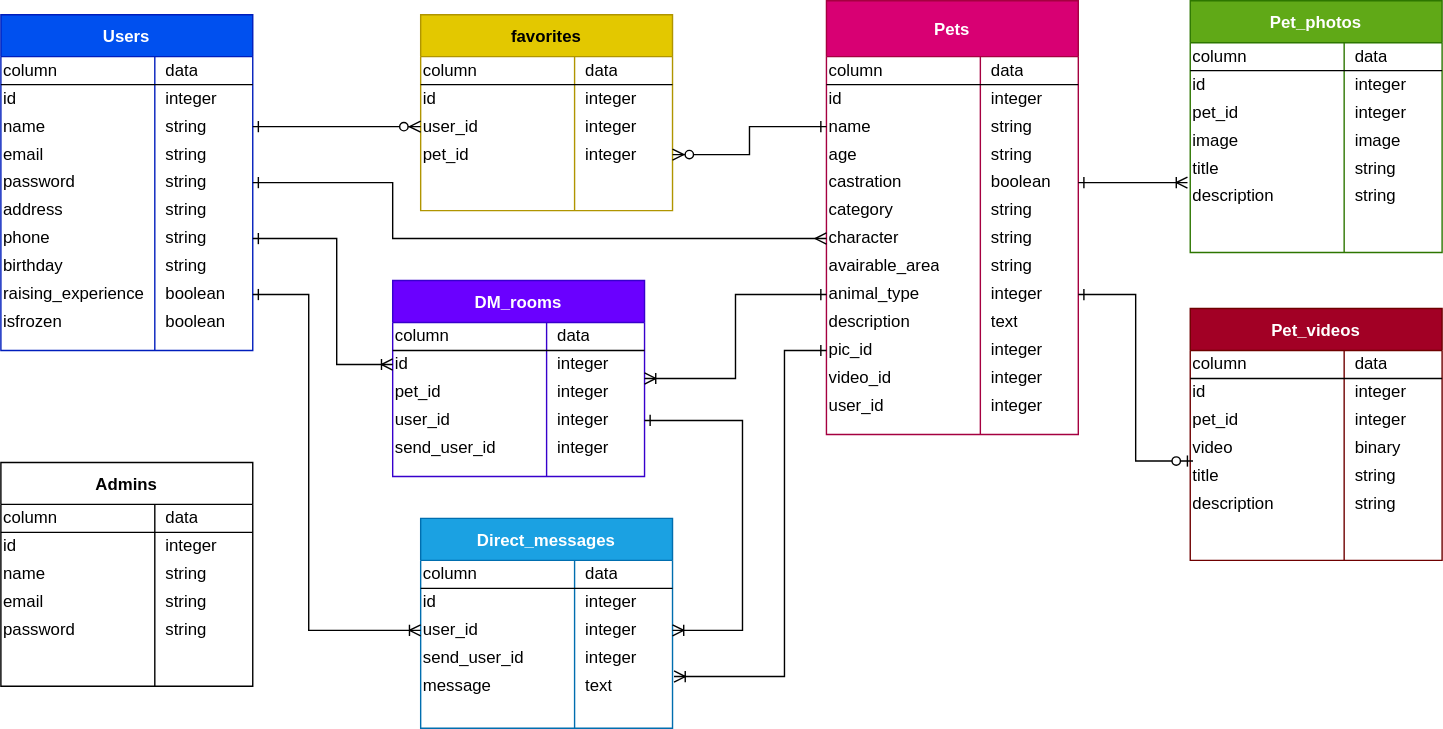
The draw.io diagram rubyemon.drawio.svg in yosnak13/rubyemon_entity_relationship_diagram, before a commit. Source tidied: cells renumbered, new cells last; positions are measured from the earlier drawing's top-left corner, leaving out a move shared by most shapes.
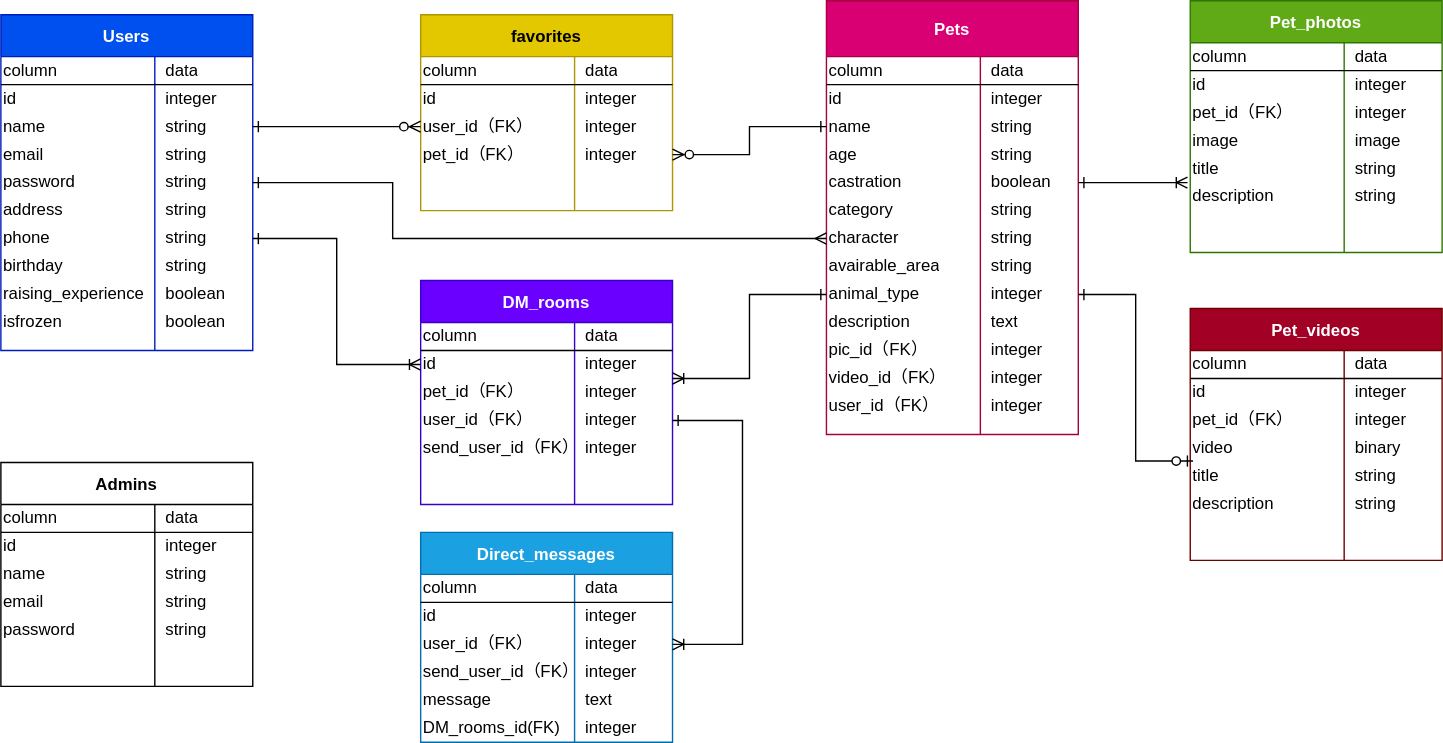
The same file after the commit.

Commit message:
正しいプロジェクトのURLに変更

Diff of the diagram source:
```diff
@@ -191,7 +191,7 @@
     <mxCell id="64" style="shape=partialRectangle;html=1;whiteSpace=wrap;fillColor=none;top=0;left=0;bottom=0;right=0;points=[[0,0.5],[1,0.5]];portConstraint=eastwest;" parent="33" vertex="1">
       <mxGeometry y="240" width="180" height="20" as="geometry" />
     </mxCell>
-    <mxCell id="65" value="pic_id" style="shape=partialRectangle;html=1;whiteSpace=wrap;fillColor=none;top=0;left=0;bottom=0;right=0;overflow=hidden;align=left;" parent="64" vertex="1">
+    <mxCell id="65" value="pic_id（FK）" style="shape=partialRectangle;html=1;whiteSpace=wrap;fillColor=none;top=0;left=0;bottom=0;right=0;overflow=hidden;align=left;" parent="64" vertex="1">
       <mxGeometry width="110" height="20" as="geometry" />
     </mxCell>
     <mxCell id="66" value="integer" style="shape=partialRectangle;html=1;whiteSpace=wrap;fillColor=none;top=0;left=0;bottom=0;right=0;align=left;spacingLeft=6;overflow=hidden;" parent="64" vertex="1">
@@ -200,7 +200,7 @@
     <mxCell id="67" style="shape=partialRectangle;html=1;whiteSpace=wrap;fillColor=none;top=0;left=0;bottom=0;right=0;" parent="33" vertex="1">
       <mxGeometry y="260" width="180" height="20" as="geometry" />
     </mxCell>
-    <mxCell id="68" value="video_id" style="shape=partialRectangle;html=1;whiteSpace=wrap;fillColor=none;top=0;left=0;bottom=0;right=0;overflow=hidden;align=left;" parent="67" vertex="1">
+    <mxCell id="68" value="video_id（FK）" style="shape=partialRectangle;html=1;whiteSpace=wrap;fillColor=none;top=0;left=0;bottom=0;right=0;overflow=hidden;align=left;" parent="67" vertex="1">
       <mxGeometry width="110" height="20" as="geometry" />
     </mxCell>
     <mxCell id="69" value="integer" style="shape=partialRectangle;html=1;whiteSpace=wrap;fillColor=none;top=0;left=0;bottom=0;right=0;align=left;spacingLeft=6;overflow=hidden;" parent="67" vertex="1">
@@ -209,7 +209,7 @@
     <mxCell id="70" style="shape=partialRectangle;html=1;whiteSpace=wrap;fillColor=none;top=0;left=0;bottom=0;right=0;" parent="33" vertex="1">
       <mxGeometry y="280" width="180" height="20" as="geometry" />
     </mxCell>
-    <mxCell id="71" value="user_id" style="shape=partialRectangle;html=1;whiteSpace=wrap;fillColor=none;top=0;left=0;bottom=0;right=0;overflow=hidden;align=left;" parent="70" vertex="1">
+    <mxCell id="71" value="user_id（FK）" style="shape=partialRectangle;html=1;whiteSpace=wrap;fillColor=none;top=0;left=0;bottom=0;right=0;overflow=hidden;align=left;" parent="70" vertex="1">
       <mxGeometry width="110" height="20" as="geometry" />
     </mxCell>
     <mxCell id="72" value="integer" style="shape=partialRectangle;html=1;whiteSpace=wrap;fillColor=none;top=0;left=0;bottom=0;right=0;align=left;spacingLeft=6;overflow=hidden;" parent="70" vertex="1">
@@ -239,7 +239,7 @@
     <mxCell id="80" style="shape=partialRectangle;html=1;whiteSpace=wrap;fillColor=none;top=0;left=0;bottom=0;right=0;points=[[0,0.5],[1,0.5]];portConstraint=eastwest;" parent="73" vertex="1">
       <mxGeometry y="70" width="180" height="20" as="geometry" />
     </mxCell>
-    <mxCell id="81" value="user_id" style="shape=partialRectangle;html=1;whiteSpace=wrap;fillColor=none;top=0;left=0;bottom=0;right=0;overflow=hidden;align=left;" parent="80" vertex="1">
+    <mxCell id="81" value="user_id（FK）&lt;br&gt;&lt;span&gt;&#9;&lt;/span&gt;&lt;span&gt;&#9;&lt;/span&gt;&lt;span&gt;&#9;&lt;/span&gt;&lt;span&gt;&#9;&lt;/span&gt;" style="shape=partialRectangle;html=1;whiteSpace=wrap;fillColor=none;top=0;left=0;bottom=0;right=0;overflow=hidden;align=left;" parent="80" vertex="1">
       <mxGeometry width="110" height="20" as="geometry" />
     </mxCell>
     <mxCell id="82" value="integer" style="shape=partialRectangle;html=1;whiteSpace=wrap;fillColor=none;top=0;left=0;bottom=0;right=0;align=left;spacingLeft=6;overflow=hidden;" parent="80" vertex="1">
@@ -248,7 +248,7 @@
     <mxCell id="83" style="shape=partialRectangle;html=1;whiteSpace=wrap;fillColor=none;top=0;left=0;bottom=0;right=0;points=[[0,0.5],[1,0.5]];portConstraint=eastwest;" parent="73" vertex="1">
       <mxGeometry y="90" width="180" height="20" as="geometry" />
     </mxCell>
-    <mxCell id="84" value="pet_id" style="shape=partialRectangle;html=1;whiteSpace=wrap;fillColor=none;top=0;left=0;bottom=0;right=0;overflow=hidden;align=left;" parent="83" vertex="1">
+    <mxCell id="84" value="pet_id（FK）" style="shape=partialRectangle;html=1;whiteSpace=wrap;fillColor=none;top=0;left=0;bottom=0;right=0;overflow=hidden;align=left;" parent="83" vertex="1">
       <mxGeometry width="110" height="20" as="geometry" />
     </mxCell>
     <mxCell id="85" value="integer" style="shape=partialRectangle;html=1;whiteSpace=wrap;fillColor=none;top=0;left=0;bottom=0;right=0;align=left;spacingLeft=6;overflow=hidden;" parent="83" vertex="1">
@@ -278,7 +278,7 @@
     <mxCell id="93" style="shape=partialRectangle;html=1;whiteSpace=wrap;fillColor=none;top=0;left=0;bottom=0;right=0;" parent="86" vertex="1">
       <mxGeometry y="70" width="180" height="20" as="geometry" />
     </mxCell>
-    <mxCell id="94" value="pet_id" style="shape=partialRectangle;html=1;whiteSpace=wrap;fillColor=none;top=0;left=0;bottom=0;right=0;overflow=hidden;align=left;" parent="93" vertex="1">
+    <mxCell id="94" value="pet_id（FK）" style="shape=partialRectangle;html=1;whiteSpace=wrap;fillColor=none;top=0;left=0;bottom=0;right=0;overflow=hidden;align=left;" parent="93" vertex="1">
       <mxGeometry width="110" height="20" as="geometry" />
     </mxCell>
     <mxCell id="95" value="integer" style="shape=partialRectangle;html=1;whiteSpace=wrap;fillColor=none;top=0;left=0;bottom=0;right=0;align=left;spacingLeft=6;overflow=hidden;" parent="93" vertex="1">
@@ -335,7 +335,7 @@
     <mxCell id="112" style="shape=partialRectangle;html=1;whiteSpace=wrap;fillColor=none;top=0;left=0;bottom=0;right=0;" parent="105" vertex="1">
       <mxGeometry y="70" width="180" height="20" as="geometry" />
     </mxCell>
-    <mxCell id="113" value="pet_id" style="shape=partialRectangle;html=1;whiteSpace=wrap;fillColor=none;top=0;left=0;bottom=0;right=0;overflow=hidden;align=left;" parent="112" vertex="1">
+    <mxCell id="113" value="pet_id（FK）" style="shape=partialRectangle;html=1;whiteSpace=wrap;fillColor=none;top=0;left=0;bottom=0;right=0;overflow=hidden;align=left;" parent="112" vertex="1">
       <mxGeometry width="110" height="20" as="geometry" />
     </mxCell>
     <mxCell id="114" value="integer" style="shape=partialRectangle;html=1;whiteSpace=wrap;fillColor=none;top=0;left=0;bottom=0;right=0;align=left;spacingLeft=6;overflow=hidden;" parent="112" vertex="1">
@@ -369,7 +369,7 @@
       <mxGeometry x="110" width="70" height="20" as="geometry" />
     </mxCell>
     <mxCell id="124" value="Direct_messages" style="shape=table;startSize=30;rowLines=0;fontStyle=1;align=center;labelBorderColor=none;labelBackgroundColor=none;fillColor=#1ba1e2;strokeColor=#006EAF;fontColor=#ffffff;" parent="1" vertex="1">
-      <mxGeometry x="300" y="370" width="180" height="150" as="geometry" />
+      <mxGeometry x="300" y="380" width="180" height="150" as="geometry" />
     </mxCell>
     <mxCell id="125" style="shape=partialRectangle;html=1;whiteSpace=wrap;fillColor=none;top=0;left=0;bottom=1;right=0;" parent="124" vertex="1">
       <mxGeometry y="30" width="180" height="20" as="geometry" />
@@ -392,7 +392,7 @@
     <mxCell id="131" style="shape=partialRectangle;html=1;whiteSpace=wrap;fillColor=none;top=0;left=0;bottom=0;right=0;points=[[0,0.5],[1,0.5]];portConstraint=eastwest;" parent="124" vertex="1">
       <mxGeometry y="70" width="180" height="20" as="geometry" />
     </mxCell>
-    <mxCell id="132" value="user_id" style="shape=partialRectangle;html=1;whiteSpace=wrap;fillColor=none;top=0;left=0;bottom=0;right=0;overflow=hidden;align=left;" parent="131" vertex="1">
+    <mxCell id="132" value="user_id（FK）" style="shape=partialRectangle;html=1;whiteSpace=wrap;fillColor=none;top=0;left=0;bottom=0;right=0;overflow=hidden;align=left;" parent="131" vertex="1">
       <mxGeometry width="110" height="20" as="geometry" />
     </mxCell>
     <mxCell id="133" value="integer" style="shape=partialRectangle;html=1;whiteSpace=wrap;fillColor=none;top=0;left=0;bottom=0;right=0;align=left;spacingLeft=6;overflow=hidden;" parent="131" vertex="1">
@@ -401,7 +401,7 @@
     <mxCell id="134" style="shape=partialRectangle;html=1;whiteSpace=wrap;fillColor=none;top=0;left=0;bottom=0;right=0;" parent="124" vertex="1">
       <mxGeometry y="90" width="180" height="20" as="geometry" />
     </mxCell>
-    <mxCell id="135" value="send_user_id" style="shape=partialRectangle;html=1;whiteSpace=wrap;fillColor=none;top=0;left=0;bottom=0;right=0;overflow=hidden;align=left;" parent="134" vertex="1">
+    <mxCell id="135" value="send_user_id（FK）" style="shape=partialRectangle;html=1;whiteSpace=wrap;fillColor=none;top=0;left=0;bottom=0;right=0;overflow=hidden;align=left;" parent="134" vertex="1">
       <mxGeometry width="110" height="20" as="geometry" />
     </mxCell>
     <mxCell id="136" value="integer" style="shape=partialRectangle;html=1;whiteSpace=wrap;fillColor=none;top=0;left=0;bottom=0;right=0;align=left;spacingLeft=6;overflow=hidden;" parent="134" vertex="1">
@@ -419,14 +419,14 @@
     <mxCell id="140" style="shape=partialRectangle;html=1;whiteSpace=wrap;fillColor=none;top=0;left=0;bottom=0;right=0;" parent="124" vertex="1">
       <mxGeometry y="130" width="180" height="20" as="geometry" />
     </mxCell>
-    <mxCell id="141" style="shape=partialRectangle;html=1;whiteSpace=wrap;fillColor=none;top=0;left=0;bottom=0;right=0;overflow=hidden;align=left;" parent="140" vertex="1">
+    <mxCell id="141" value="DM_rooms_id(FK)&lt;span style=&quot;white-space: pre&quot;&gt;&#9;&lt;/span&gt;" style="shape=partialRectangle;html=1;whiteSpace=wrap;fillColor=none;top=0;left=0;bottom=0;right=0;overflow=hidden;align=left;" parent="140" vertex="1">
       <mxGeometry width="110" height="20" as="geometry" />
     </mxCell>
-    <mxCell id="142" style="shape=partialRectangle;html=1;whiteSpace=wrap;fillColor=none;top=0;left=0;bottom=0;right=0;align=left;spacingLeft=6;overflow=hidden;" parent="140" vertex="1">
+    <mxCell id="142" value="integer" style="shape=partialRectangle;html=1;whiteSpace=wrap;fillColor=none;top=0;left=0;bottom=0;right=0;align=left;spacingLeft=6;overflow=hidden;" parent="140" vertex="1">
       <mxGeometry x="110" width="70" height="20" as="geometry" />
     </mxCell>
     <mxCell id="143" value="DM_rooms" style="shape=table;startSize=30;rowLines=0;fontStyle=1;align=center;labelBorderColor=none;labelBackgroundColor=none;fillColor=#6a00ff;strokeColor=#3700CC;fontColor=#ffffff;" parent="1" vertex="1">
-      <mxGeometry x="280" y="200" width="180" height="140" as="geometry" />
+      <mxGeometry x="300" y="200" width="180" height="160" as="geometry" />
     </mxCell>
     <mxCell id="144" style="shape=partialRectangle;html=1;whiteSpace=wrap;fillColor=none;top=0;left=0;bottom=1;right=0;" parent="143" vertex="1">
       <mxGeometry y="30" width="180" height="20" as="geometry" />
@@ -449,7 +449,7 @@
     <mxCell id="150" style="shape=partialRectangle;html=1;whiteSpace=wrap;fillColor=none;top=0;left=0;bottom=0;right=0;points=[[0,0.5],[1,0.5]];portConstraint=eastwest;" parent="143" vertex="1">
       <mxGeometry y="70" width="180" height="20" as="geometry" />
     </mxCell>
-    <mxCell id="151" value="pet_id" style="shape=partialRectangle;html=1;whiteSpace=wrap;fillColor=none;top=0;left=0;bottom=0;right=0;overflow=hidden;align=left;" parent="150" vertex="1">
+    <mxCell id="151" value="pet_id（FK）" style="shape=partialRectangle;html=1;whiteSpace=wrap;fillColor=none;top=0;left=0;bottom=0;right=0;overflow=hidden;align=left;" parent="150" vertex="1">
       <mxGeometry width="110" height="20" as="geometry" />
     </mxCell>
     <mxCell id="152" value="integer" style="shape=partialRectangle;html=1;whiteSpace=wrap;fillColor=none;top=0;left=0;bottom=0;right=0;align=left;spacingLeft=6;overflow=hidden;" parent="150" vertex="1">
@@ -458,7 +458,7 @@
     <mxCell id="153" style="shape=partialRectangle;html=1;whiteSpace=wrap;fillColor=none;top=0;left=0;bottom=0;right=0;points=[[0,0.5],[1,0.5]];portConstraint=eastwest;" parent="143" vertex="1">
       <mxGeometry y="90" width="180" height="20" as="geometry" />
     </mxCell>
-    <mxCell id="154" value="user_id" style="shape=partialRectangle;html=1;whiteSpace=wrap;fillColor=none;top=0;left=0;bottom=0;right=0;overflow=hidden;align=left;" parent="153" vertex="1">
+    <mxCell id="154" value="user_id（FK）" style="shape=partialRectangle;html=1;whiteSpace=wrap;fillColor=none;top=0;left=0;bottom=0;right=0;overflow=hidden;align=left;" parent="153" vertex="1">
       <mxGeometry width="110" height="20" as="geometry" />
     </mxCell>
     <mxCell id="155" value="integer" style="shape=partialRectangle;html=1;whiteSpace=wrap;fillColor=none;top=0;left=0;bottom=0;right=0;align=left;spacingLeft=6;overflow=hidden;" parent="153" vertex="1">
@@ -467,7 +467,7 @@
     <mxCell id="156" style="shape=partialRectangle;html=1;whiteSpace=wrap;fillColor=none;top=0;left=0;bottom=0;right=0;" parent="143" vertex="1">
       <mxGeometry y="110" width="180" height="20" as="geometry" />
     </mxCell>
-    <mxCell id="157" value="send_user_id" style="shape=partialRectangle;html=1;whiteSpace=wrap;fillColor=none;top=0;left=0;bottom=0;right=0;overflow=hidden;align=left;" parent="156" vertex="1">
+    <mxCell id="157" value="send_user_id（FK）" style="shape=partialRectangle;html=1;whiteSpace=wrap;fillColor=none;top=0;left=0;bottom=0;right=0;overflow=hidden;align=left;" parent="156" vertex="1">
       <mxGeometry width="110" height="20" as="geometry" />
     </mxCell>
     <mxCell id="158" value="integer" style="shape=partialRectangle;html=1;whiteSpace=wrap;fillColor=none;top=0;left=0;bottom=0;right=0;align=left;spacingLeft=6;overflow=hidden;" parent="156" vertex="1">
@@ -551,20 +551,6 @@
         </Array>
       </mxGeometry>
     </mxCell>
-    <mxCell id="181" style="edgeStyle=elbowEdgeStyle;rounded=0;jettySize=auto;html=1;entryX=0;entryY=0.5;entryDx=0;entryDy=0;startArrow=ERone;startFill=0;endArrow=ERoneToMany;endFill=0;" parent="1" edge="1" source="27" target="131">
-      <mxGeometry relative="1" as="geometry">
-        <Array as="points">
-          <mxPoint x="220" y="330" />
-        </Array>
-      </mxGeometry>
-    </mxCell>
-    <mxCell id="182" style="edgeStyle=elbowEdgeStyle;rounded=0;jettySize=auto;html=1;entryX=1.006;entryY=0.15;entryDx=0;entryDy=0;entryPerimeter=0;startArrow=ERone;startFill=0;endArrow=ERoneToMany;endFill=0;" parent="1" edge="1" source="64" target="137">
-      <mxGeometry relative="1" as="geometry">
-        <Array as="points">
-          <mxPoint x="560" y="370" />
-        </Array>
-      </mxGeometry>
-    </mxCell>
     <mxCell id="183" style="edgeStyle=elbowEdgeStyle;rounded=0;jettySize=auto;html=1;exitX=1;exitY=0.5;exitDx=0;exitDy=0;entryX=-0.011;entryY=0;entryDx=0;entryDy=0;entryPerimeter=0;startArrow=ERone;startFill=0;endArrow=ERoneToMany;endFill=0;" parent="1" edge="1" source="46" target="102">
       <mxGeometry relative="1" as="geometry" />
     </mxCell>
```
